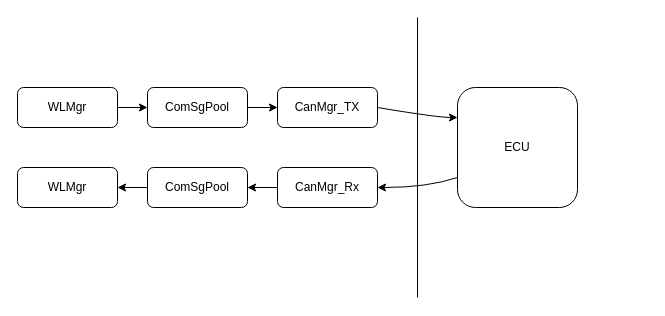
Above: wl_feedback.drawio in woshitanwang/pics_procdure (draw.io), before the change. Source tidied: cells renumbered, new cells numbered last; positions are measured from the earlier drawing's top-left corner, leaving out a move shared by most shapes. Both pictures are drawn from the tidied source at 100%, with x=0, y=0 at pixel (17, 17).
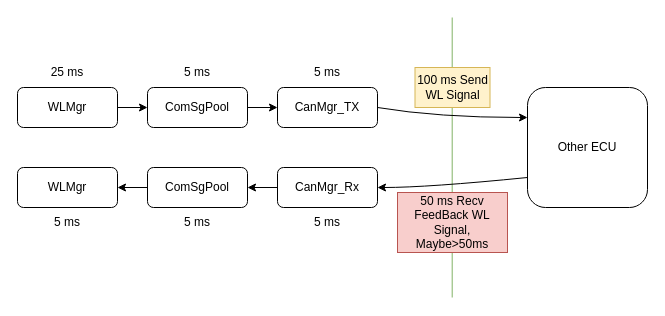
The same page after the edit.

Diff of the diagram source:
```diff
@@
-    <mxCell id="12" style="endArrow=none;html=1;rounded=0;" parent="1" edge="1">
+    <mxCell id="12" style="endArrow=none;html=1;rounded=0;fillColor=#d5e8d4;strokeColor=#82b366;" parent="1" edge="1">
       <mxGeometry relative="1" as="geometry">
-        <mxPoint x="400" y="280" as="sourcePoint" />
-        <mxPoint x="400" as="targetPoint" />
+        <mxPoint x="434.7" y="280" as="sourcePoint" />
+        <mxPoint x="434.7" as="targetPoint" />
       </mxGeometry>
     </mxCell>
-    <mxCell id="13" value="ECU" style="rounded=1;whiteSpace=wrap;html=1;" parent="1" vertex="1">
-      <mxGeometry x="440" y="70" width="120" height="120" as="geometry" />
+    <mxCell id="13" value="Other ECU" style="rounded=1;whiteSpace=wrap;html=1;" parent="1" vertex="1">
+      <mxGeometry x="510" y="70" width="120" height="120" as="geometry" />
     </mxCell>
@@
+    <mxCell id="16" value="25 ms" style="text;html=1;strokeColor=none;fillColor=none;align=center;verticalAlign=middle;whiteSpace=wrap;rounded=0;" parent="1" vertex="1">
+      <mxGeometry x="20" y="40" width="60" height="30" as="geometry" />
+    </mxCell>
+    <mxCell id="17" value="5 ms" style="text;html=1;strokeColor=none;fillColor=none;align=center;verticalAlign=middle;whiteSpace=wrap;rounded=0;" parent="1" vertex="1">
+      <mxGeometry x="150" y="40" width="60" height="30" as="geometry" />
+    </mxCell>
+    <mxCell id="18" value="100 ms Send WL Signal" style="text;html=1;strokeColor=#d6b656;fillColor=#fff2cc;align=center;verticalAlign=middle;whiteSpace=wrap;rounded=0;" parent="1" vertex="1">
+      <mxGeometry x="397.5" y="50" width="75" height="40" as="geometry" />
+    </mxCell>
+    <mxCell id="19" value="50 ms Recv FeedBack WL Signal, Maybe&amp;gt;50ms" style="text;html=1;strokeColor=#b85450;fillColor=#f8cecc;align=center;verticalAlign=middle;whiteSpace=wrap;rounded=0;" parent="1" vertex="1">
+      <mxGeometry x="380" y="175" width="110" height="60" as="geometry" />
+    </mxCell>
+    <mxCell id="20" value="5 ms" style="text;html=1;strokeColor=none;fillColor=none;align=center;verticalAlign=middle;whiteSpace=wrap;rounded=0;" parent="1" vertex="1">
+      <mxGeometry x="150" y="190" width="60" height="30" as="geometry" />
+    </mxCell>
+    <mxCell id="21" value="5 ms" style="text;html=1;strokeColor=none;fillColor=none;align=center;verticalAlign=middle;whiteSpace=wrap;rounded=0;" parent="1" vertex="1">
+      <mxGeometry x="20" y="190" width="60" height="30" as="geometry" />
+    </mxCell>
+    <mxCell id="22" value="5 ms" style="text;html=1;strokeColor=none;fillColor=none;align=center;verticalAlign=middle;whiteSpace=wrap;rounded=0;" parent="1" vertex="1">
+      <mxGeometry x="280" y="40" width="60" height="30" as="geometry" />
+    </mxCell>
+    <mxCell id="23" value="5 ms" style="text;html=1;strokeColor=none;fillColor=none;align=center;verticalAlign=middle;whiteSpace=wrap;rounded=0;" parent="1" vertex="1">
+      <mxGeometry x="280" y="190" width="60" height="30" as="geometry" />
+    </mxCell>
```
